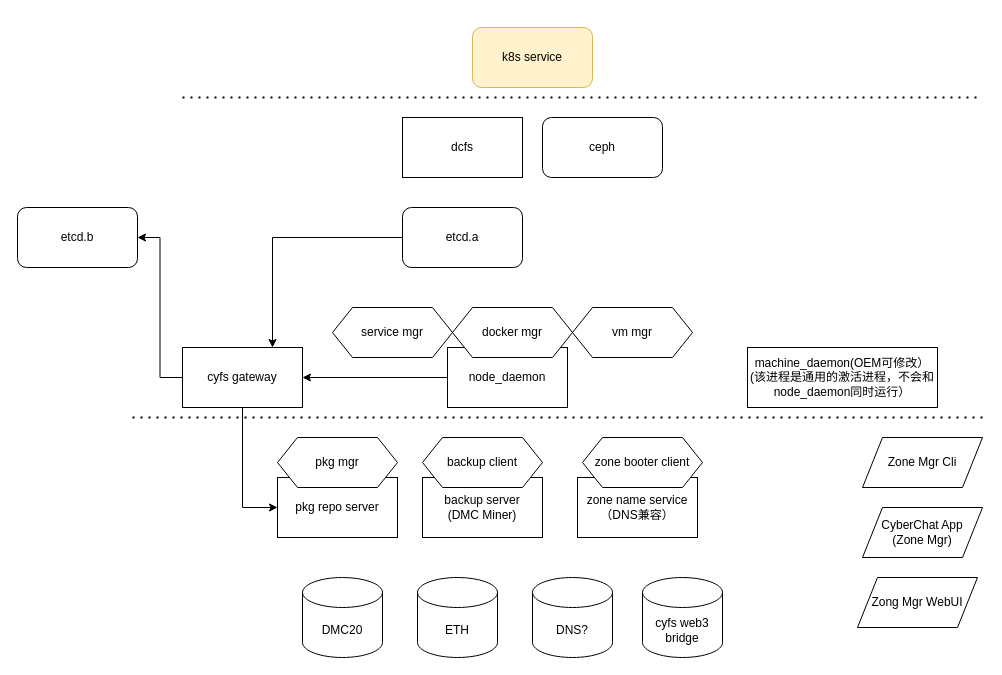
This is page "系统组件图" (3 of 5) of doc/buckyos.drawio from buckyos/buckyos, a draw.io file, before an edit. Source tidied: cells renumbered, new cells numbered last; positions are measured from the earlier drawing's top-left corner, leaving out a move shared by most shapes. Both pictures are drawn from the tidied source at 100%, with x=0, y=0 at pixel (17, 27).
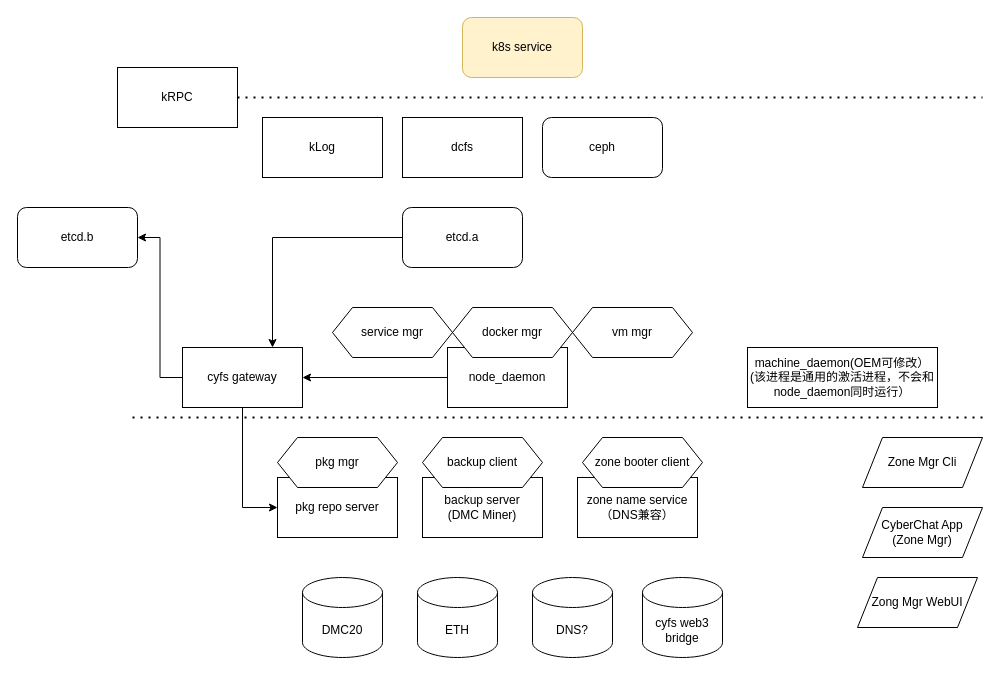
The same page after the edit.

Diff of the diagram source:
```diff
@@
     <mxCell id="9" value="k8s service" style="rounded=1;whiteSpace=wrap;html=1;fillColor=#fff2cc;strokeColor=#d6b656;" parent="1" vertex="1">
-      <mxGeometry x="455" width="120" height="60" as="geometry" />
+      <mxGeometry x="445" y="-10" width="120" height="60" as="geometry" />
     </mxCell>
@@
-    <mxCell id="30" style="endArrow=none;dashed=1;html=1;dashPattern=1 3;strokeWidth=2;rounded=0;" parent="1" edge="1">
+    <mxCell id="30" style="endArrow=none;dashed=1;html=1;dashPattern=1 3;strokeWidth=2;rounded=0;" parent="1" edge="1" source="34">
       <mxGeometry relative="1" as="geometry">
-        <mxPoint x="165" y="70" as="sourcePoint" />
         <mxPoint x="965" y="70" as="targetPoint" />
       </mxGeometry>
     </mxCell>
@@
+    <mxCell id="32" value="kLog" style="rounded=0;whiteSpace=wrap;html=1;" parent="1" vertex="1">
+      <mxGeometry x="245" y="90" width="120" height="60" as="geometry" />
+    </mxCell>
+    <mxCell id="33" style="endArrow=none;dashed=1;html=1;dashPattern=1 3;strokeWidth=2;rounded=0;" parent="1" edge="1" target="34">
+      <mxGeometry relative="1" as="geometry">
+        <mxPoint x="165" y="70" as="sourcePoint" />
+      </mxGeometry>
+    </mxCell>
+    <mxCell id="34" value="kRPC" style="rounded=0;whiteSpace=wrap;html=1;" parent="1" vertex="1">
+      <mxGeometry x="100" y="40" width="120" height="60" as="geometry" />
+    </mxCell>
```
